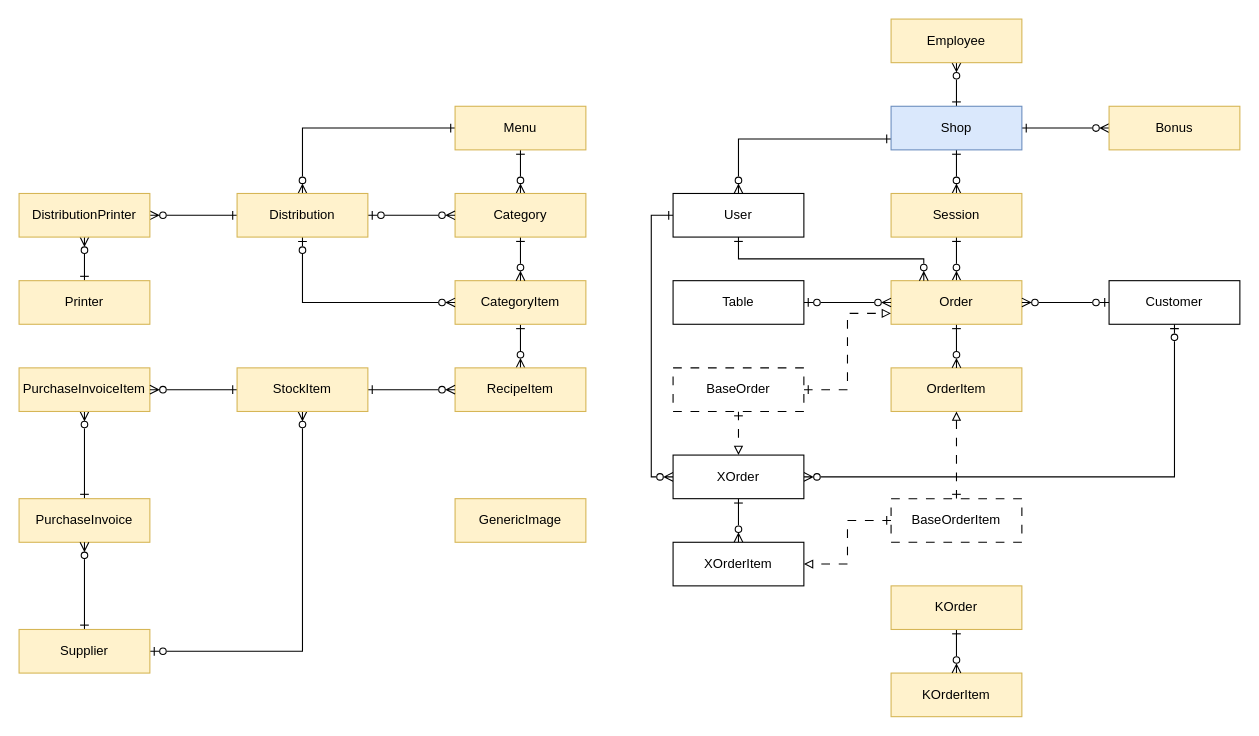
The draw.io diagram Diagrams & Documents/POS 2026 Object Diagram.drawio in servetvural/POS_2026, before the edit. Source tidied: cells renumbered, new cells numbered last; positions are measured from the earlier drawing's top-left corner, leaving out a move shared by most shapes. Both pictures are drawn from the tidied source at 109%, with x=0, y=0 at pixel (19, 19).
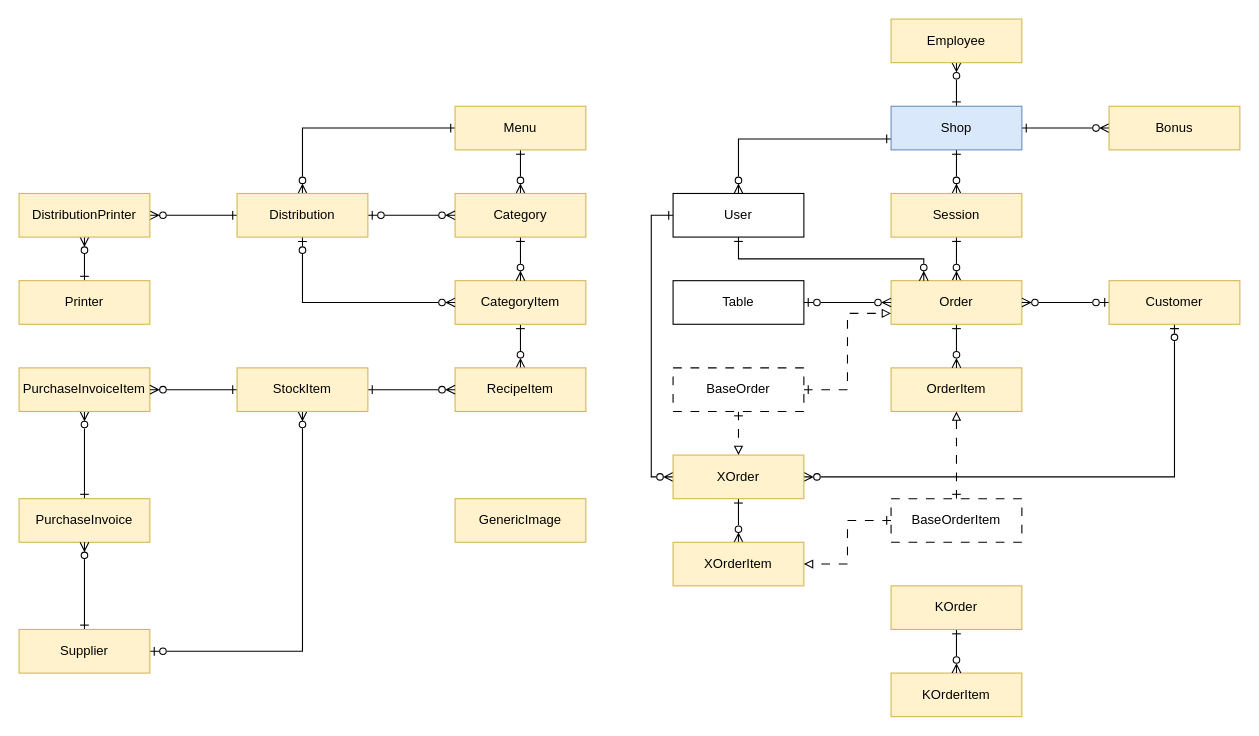
The same diagram, later.

The edit, as a diff of the source:
```diff
@@
-    <mxCell id="26" value="Customer" style="rounded=0;whiteSpace=wrap;html=1;" parent="1" vertex="1">
+    <mxCell id="26" value="Customer" style="rounded=0;whiteSpace=wrap;html=1;fillColor=#fff2cc;strokeColor=#d6b656;" parent="1" vertex="1">
       <mxGeometry x="1000" y="240" width="120" height="40" as="geometry" />
     </mxCell>
@@
-    <mxCell id="44" value="XOrder" style="rounded=0;whiteSpace=wrap;html=1;" parent="1" vertex="1">
+    <mxCell id="44" value="XOrder" style="rounded=0;whiteSpace=wrap;html=1;fillColor=#fff2cc;strokeColor=#d6b656;" parent="1" vertex="1">
       <mxGeometry x="600" y="400" width="120" height="40" as="geometry" />
     </mxCell>
-    <mxCell id="45" value="XOrderItem" style="rounded=0;whiteSpace=wrap;html=1;" parent="1" vertex="1">
+    <mxCell id="45" value="XOrderItem" style="rounded=0;whiteSpace=wrap;html=1;fillColor=#fff2cc;strokeColor=#d6b656;" parent="1" vertex="1">
       <mxGeometry x="600" y="480" width="120" height="40" as="geometry" />
     </mxCell>
```
